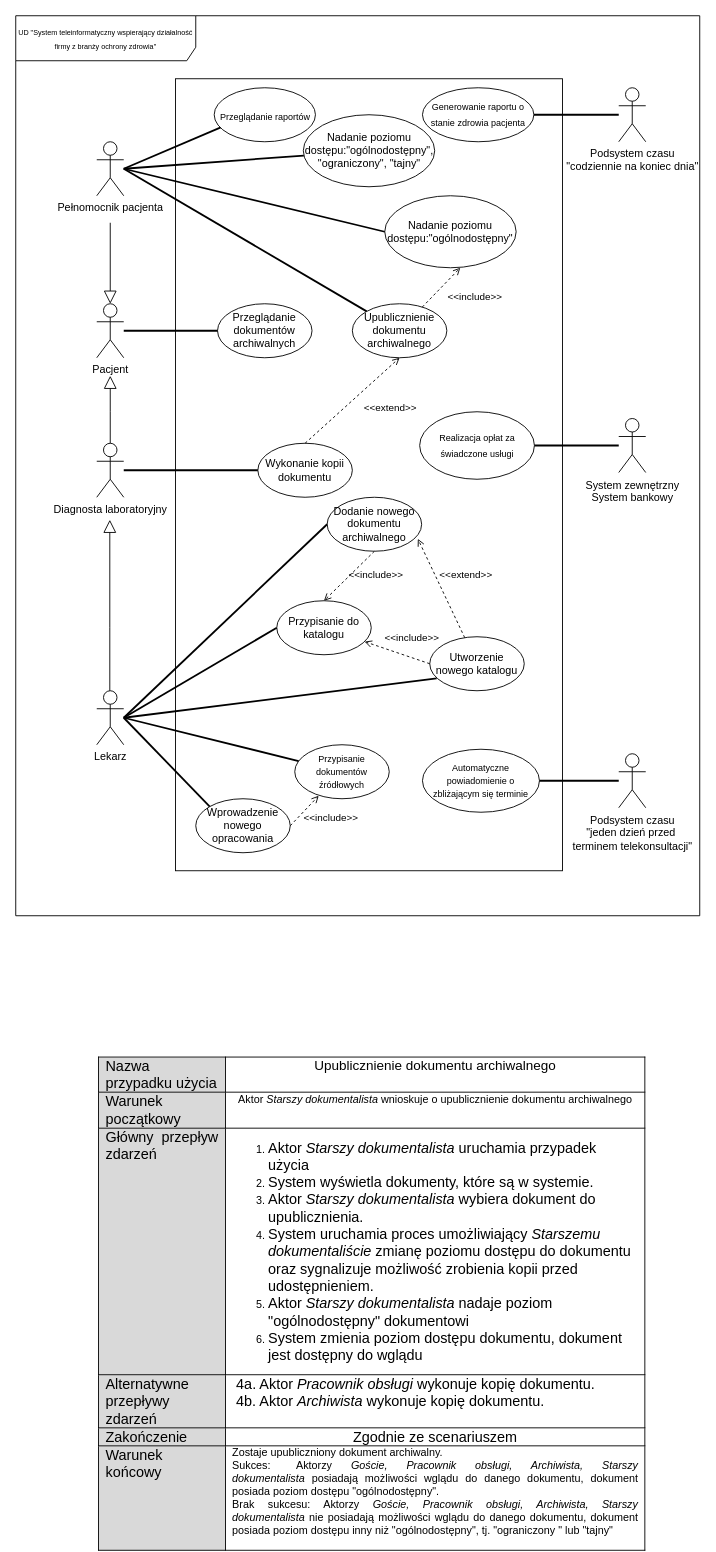
The draw.io diagram du_mateusz_nowacki_z1_2024.drawio in mateusz-nowacki/uml-projects, before the edit. Source tidied: cells renumbered, new cells numbered last; positions are measured from the earlier drawing's top-left corner, leaving out a move shared by most shapes. Both pictures are drawn from the tidied source at 90%, with x=0, y=0 at pixel (15, 15).
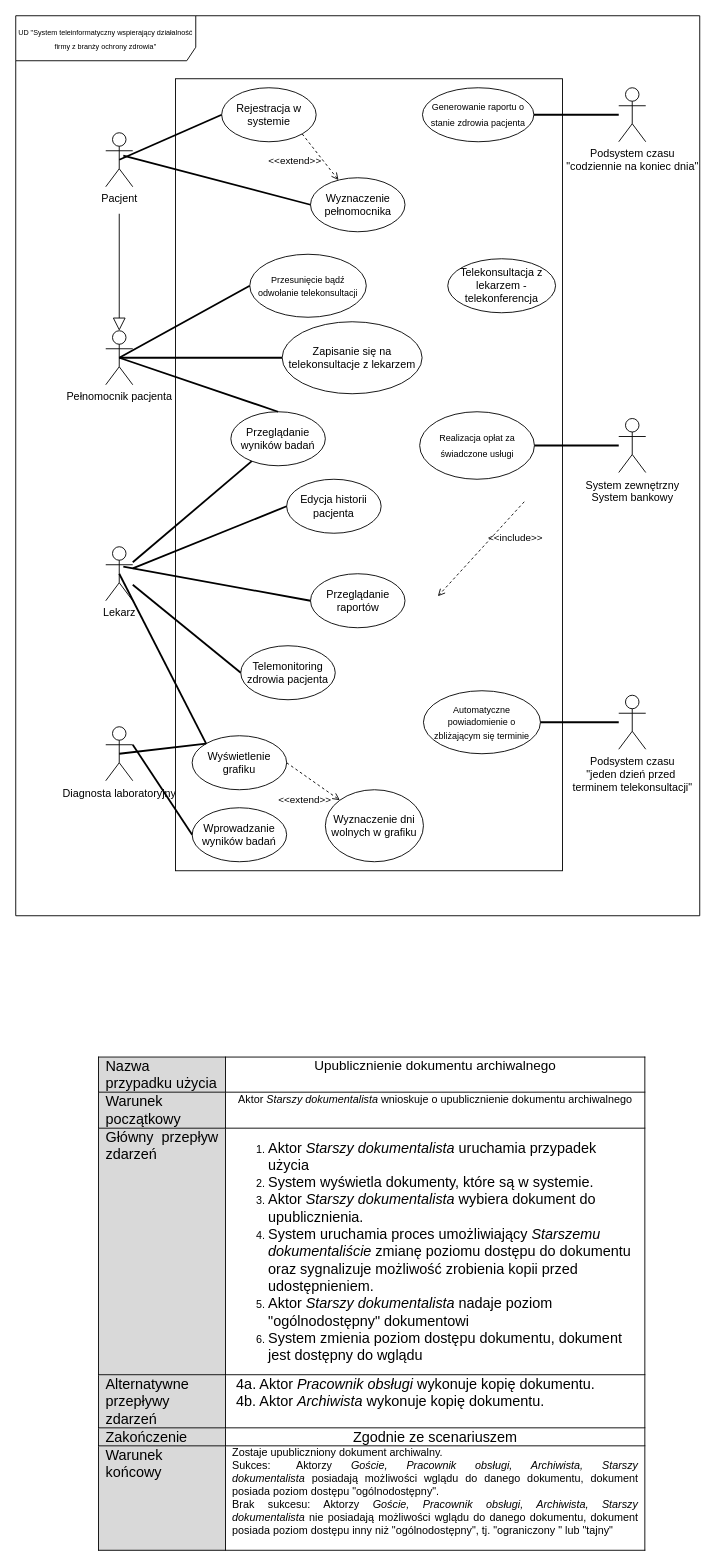
After the change.

The change refers to these unchanged cells:
```xml
<mxCell id="2" value="&lt;font style=&quot;font-size: 8px;&quot;&gt;UD &quot;System teleinformatyczny wspierający działalność firmy z branży ochrony zdrowia&quot;&lt;/font&gt;" style="shape=umlFrame;whiteSpace=wrap;html=1;width=200;height=50;align=center;" parent="1" vertex="1">
  <mxGeometry width="760" height="1000" as="geometry" />
</mxCell>
```

Change to the diagram source:
```diff
@@
     <mxCell id="3" value="Pełnomocnik pacjenta" style="shape=umlActor;verticalLabelPosition=bottom;verticalAlign=top;html=1;" parent="2" vertex="1">
-      <mxGeometry x="90" y="140" width="30" height="60" as="geometry" />
+      <mxGeometry x="100" y="350" width="30" height="60" as="geometry" />
     </mxCell>
     <mxCell id="4" value="Lekarz" style="shape=umlActor;verticalLabelPosition=bottom;verticalAlign=top;html=1;" parent="2" vertex="1">
-      <mxGeometry x="90" y="750" width="30" height="60" as="geometry" />
+      <mxGeometry x="100" y="590" width="30" height="60" as="geometry" />
     </mxCell>
@@
     <mxCell id="6" value="&lt;font style=&quot;font-size: 12px;&quot;&gt;Podsystem&lt;font style=&quot;font-size: 12px;&quot;&gt; czasu&lt;/font&gt;&lt;/font&gt;&lt;div&gt;&lt;font style=&quot;font-size: 12px;&quot;&gt;&lt;font style=&quot;font-size: 12px;&quot;&gt;&quot;jeden dzień przed&amp;nbsp;&lt;/font&gt;&lt;/font&gt;&lt;/div&gt;&lt;div&gt;&lt;font style=&quot;font-size: 12px;&quot;&gt;&lt;font style=&quot;font-size: 12px;&quot;&gt;terminem telekonsultacji&quot;&lt;/font&gt;&lt;/font&gt;&lt;/div&gt;" style="shape=umlActor;verticalLabelPosition=bottom;verticalAlign=top;html=1;" parent="2" vertex="1">
-      <mxGeometry x="670" y="820" width="30" height="60" as="geometry" />
+      <mxGeometry x="670" y="755" width="30" height="60" as="geometry" />
     </mxCell>
     <mxCell id="7" value="Diagnosta laboratoryjny" style="shape=umlActor;verticalLabelPosition=bottom;verticalAlign=top;html=1;" parent="2" vertex="1">
-      <mxGeometry x="90" y="475" width="30" height="60" as="geometry" />
+      <mxGeometry x="100" y="790" width="30" height="60" as="geometry" />
     </mxCell>
     <mxCell id="8" value="Pacjent" style="shape=umlActor;verticalLabelPosition=bottom;verticalAlign=top;html=1;" parent="2" vertex="1">
-      <mxGeometry x="90" y="320" width="30" height="60" as="geometry" />
+      <mxGeometry x="100" y="130" width="30" height="60" as="geometry" />
     </mxCell>
-    <mxCell id="9" style="endArrow=block;endFill=0;endSize=12;html=1;rounded=0;" parent="2" edge="1">
-      <mxGeometry relative="1" as="geometry">
-        <mxPoint x="104.5" y="750" as="sourcePoint" />
-        <mxPoint x="104.5" y="560" as="targetPoint" />
-        <Array as="points">
-          <mxPoint x="104.5" y="680" />
-        </Array>
-      </mxGeometry>
-    </mxCell>
@@
     <mxCell id="11" value="&lt;font size=&quot;1&quot;&gt;Automatyczne powiadomienie o zbliżającym się terminie&lt;/font&gt;" style="ellipse;whiteSpace=wrap;html=1;" parent="2" vertex="1">
-      <mxGeometry x="451.9" y="815" width="130" height="70" as="geometry" />
+      <mxGeometry x="453" y="750" width="130" height="70" as="geometry" />
     </mxCell>
@@
-    <mxCell id="13" value="Przypisanie do katalogu" style="ellipse;whiteSpace=wrap;html=1;" parent="2" vertex="1">
-      <mxGeometry x="290" y="650" width="105" height="60" as="geometry" />
+    <mxCell id="13" value="Telemonitoring zdrowia pacjenta" style="ellipse;whiteSpace=wrap;html=1;" parent="2" vertex="1">
+      <mxGeometry x="250" y="700" width="105" height="60" as="geometry" />
     </mxCell>
-    <mxCell id="14" value="Wykonanie kopii dokumentu" style="ellipse;whiteSpace=wrap;html=1;" parent="2" vertex="1">
-      <mxGeometry x="269" y="475" width="105" height="60" as="geometry" />
+    <mxCell id="14" value="Wprowadzanie wyników badań" style="ellipse;whiteSpace=wrap;html=1;" parent="2" vertex="1">
+      <mxGeometry x="196" y="880" width="105" height="60" as="geometry" />
     </mxCell>
-    <mxCell id="15" value="Upublicznienie dokumentu archiwalnego" style="ellipse;whiteSpace=wrap;html=1;" parent="2" vertex="1">
-      <mxGeometry x="374" y="320" width="105" height="60" as="geometry" />
+    <mxCell id="15" value="Wyznaczenie pełnomocnika" style="ellipse;whiteSpace=wrap;html=1;" parent="2" vertex="1">
+      <mxGeometry x="327.5" y="180" width="105" height="60" as="geometry" />
     </mxCell>
-    <mxCell id="16" value="Utworzenie nowego katalogu" style="ellipse;whiteSpace=wrap;html=1;" parent="2" vertex="1">
-      <mxGeometry x="460" y="690" width="105" height="60" as="geometry" />
+    <mxCell id="16" value="Przeglądanie raportów" style="ellipse;whiteSpace=wrap;html=1;" parent="2" vertex="1">
+      <mxGeometry x="327.5" y="620" width="105" height="60" as="geometry" />
     </mxCell>
-    <mxCell id="17" style="endArrow=none;startArrow=none;endFill=0;startFill=0;endSize=8;html=1;verticalAlign=bottom;labelBackgroundColor=none;strokeWidth=2;rounded=0;entryX=0.073;entryY=0.772;entryDx=0;entryDy=0;entryPerimeter=0;" parent="2" edge="1" target="16">
-      <mxGeometry relative="1" as="geometry">
-        <mxPoint x="120" y="780" as="sourcePoint" />
-      </mxGeometry>
+    <mxCell id="17" style="endArrow=none;startArrow=none;endFill=0;startFill=0;endSize=8;html=1;verticalAlign=bottom;labelBackgroundColor=none;strokeWidth=2;rounded=0;entryX=0;entryY=0.5;entryDx=0;entryDy=0;exitX=0.65;exitY=0.367;exitDx=0;exitDy=0;exitPerimeter=0;" parent="2" edge="1" source="4" target="16">
+      <mxGeometry relative="1" as="geometry" />
     </mxCell>
-    <mxCell id="18" value="Nadanie poziomu dostępu:&quot;ogólnodostępny&quot;" style="ellipse;whiteSpace=wrap;html=1;" parent="2" vertex="1">
-      <mxGeometry x="410" y="200" width="146" height="80" as="geometry" />
+    <mxCell id="18" value="Wyznaczenie dni wolnych w grafiku" style="ellipse;whiteSpace=wrap;html=1;" parent="2" vertex="1">
+      <mxGeometry x="344" y="860" width="109" height="80" as="geometry" />
     </mxCell>
-    <mxCell id="19" value="Wprowadzenie nowego opracowania" style="ellipse;whiteSpace=wrap;html=1;" parent="2" vertex="1">
-      <mxGeometry x="200" y="870" width="105" height="60" as="geometry" />
+    <mxCell id="19" value="Wyświetlenie grafiku" style="ellipse;whiteSpace=wrap;html=1;" parent="2" vertex="1">
+      <mxGeometry x="196" y="800" width="105" height="60" as="geometry" />
     </mxCell>
-    <mxCell id="20" value="Dodanie nowego dokumentu archiwalnego" style="ellipse;whiteSpace=wrap;html=1;" parent="2" vertex="1">
-      <mxGeometry x="346" y="535" width="105" height="60" as="geometry" />
+    <mxCell id="20" value="Edycja historii pacjenta" style="ellipse;whiteSpace=wrap;html=1;" parent="2" vertex="1">
+      <mxGeometry x="301" y="515" width="105" height="60" as="geometry" />
     </mxCell>
@@
-    <mxCell id="23" value="&lt;font style=&quot;font-size: 10px;&quot;&gt;Przypisanie dokumentów źródłowych&lt;/font&gt;" style="ellipse;whiteSpace=wrap;html=1;" parent="2" vertex="1">
-      <mxGeometry x="310" y="810" width="105" height="60" as="geometry" />
+    <mxCell id="23" value="Przeglądanie wyników badań" style="ellipse;whiteSpace=wrap;html=1;" parent="2" vertex="1">
+      <mxGeometry x="239" y="440" width="105" height="60" as="geometry" />
     </mxCell>
-    <mxCell id="24" style="endArrow=none;startArrow=none;endFill=0;startFill=0;endSize=8;html=1;verticalAlign=bottom;labelBackgroundColor=none;strokeWidth=2;rounded=0;entryX=0;entryY=0;entryDx=0;entryDy=0;" parent="2" edge="1" target="19">
-      <mxGeometry relative="1" as="geometry">
-        <mxPoint x="120" y="780" as="sourcePoint" />
-      </mxGeometry>
+    <mxCell id="24" style="endArrow=none;startArrow=none;endFill=0;startFill=0;endSize=8;html=1;verticalAlign=bottom;labelBackgroundColor=none;strokeWidth=2;rounded=0;entryX=0;entryY=0;entryDx=0;entryDy=0;exitX=0.5;exitY=0.5;exitDx=0;exitDy=0;exitPerimeter=0;" parent="2" edge="1" source="4" target="19">
+      <mxGeometry relative="1" as="geometry" />
     </mxCell>
-    <mxCell id="25" style="endArrow=none;startArrow=none;endFill=0;startFill=0;endSize=8;html=1;verticalAlign=bottom;labelBackgroundColor=none;strokeWidth=2;rounded=0;entryX=0.071;entryY=0.728;entryDx=0;entryDy=0;entryPerimeter=0;" parent="2" edge="1" target="41">
-      <mxGeometry relative="1" as="geometry">
-        <mxPoint x="120" y="170" as="sourcePoint" />
-      </mxGeometry>
-    </mxCell>
-    <mxCell id="26" style="endArrow=none;startArrow=none;endFill=0;startFill=0;endSize=8;html=1;verticalAlign=bottom;labelBackgroundColor=none;strokeWidth=2;rounded=0;entryX=0;entryY=0.5;entryDx=0;entryDy=0;" parent="2" edge="1" target="20">
-      <mxGeometry relative="1" as="geometry">
-        <mxPoint x="120" y="780" as="sourcePoint" />
-      </mxGeometry>
+    <mxCell id="26" style="endArrow=none;startArrow=none;endFill=0;startFill=0;endSize=8;html=1;verticalAlign=bottom;labelBackgroundColor=none;strokeWidth=2;rounded=0;entryX=0;entryY=0.5;entryDx=0;entryDy=0;" parent="2" edge="1" source="4" target="20">
+      <mxGeometry relative="1" as="geometry" />
     </mxCell>
-    <mxCell id="27" style="endArrow=none;startArrow=none;endFill=0;startFill=0;endSize=8;html=1;verticalAlign=bottom;labelBackgroundColor=none;strokeWidth=2;rounded=0;" parent="2" edge="1" target="15">
-      <mxGeometry relative="1" as="geometry">
-        <mxPoint x="120" y="170" as="sourcePoint" />
-      </mxGeometry>
-    </mxCell>
-    <mxCell id="28" style="endArrow=none;startArrow=none;endFill=0;startFill=0;endSize=8;html=1;verticalAlign=bottom;labelBackgroundColor=none;strokeWidth=2;rounded=0;entryX=0;entryY=0.5;entryDx=0;entryDy=0;" parent="2" edge="1" source="7" target="14">
+    <mxCell id="28" style="endArrow=none;startArrow=none;endFill=0;startFill=0;endSize=8;html=1;verticalAlign=bottom;labelBackgroundColor=none;strokeWidth=2;rounded=0;entryX=0;entryY=0.5;entryDx=0;entryDy=0;exitX=1;exitY=0.3333333333333333;exitDx=0;exitDy=0;exitPerimeter=0;" parent="2" edge="1" source="7" target="14">
       <mxGeometry relative="1" as="geometry" />
     </mxCell>
-    <mxCell id="29" value="&amp;lt;&amp;lt;include&amp;gt;&amp;gt;" style="html=1;verticalAlign=bottom;labelBackgroundColor=none;endArrow=open;endFill=0;dashed=1;rounded=0;exitX=1;exitY=0.5;exitDx=0;exitDy=0;entryX=0.254;entryY=0.944;entryDx=0;entryDy=0;entryPerimeter=0;" parent="2" edge="1" source="19" target="23">
-      <mxGeometry x="0.35" y="-33" relative="1" as="geometry" />
+    <mxCell id="29" value="&amp;lt;&amp;lt;extend&amp;gt;&amp;gt;" style="html=1;verticalAlign=bottom;labelBackgroundColor=none;endArrow=open;endFill=0;dashed=1;rounded=0;exitX=1;exitY=0.5;exitDx=0;exitDy=0;entryX=0;entryY=0;entryDx=0;entryDy=0;" parent="2" edge="1" source="19" target="18">
+      <mxGeometry x="0.24" y="-29" relative="1" as="geometry" />
     </mxCell>
-    <mxCell id="30" style="endArrow=none;startArrow=none;endFill=0;startFill=0;endSize=8;html=1;verticalAlign=bottom;labelBackgroundColor=none;strokeWidth=2;rounded=0;exitX=0;exitY=0.5;exitDx=0;exitDy=0;" parent="2" edge="1" source="13">
-      <mxGeometry relative="1" as="geometry">
-        <mxPoint x="120" y="780" as="targetPoint" />
-      </mxGeometry>
+    <mxCell id="30" style="endArrow=none;startArrow=none;endFill=0;startFill=0;endSize=8;html=1;verticalAlign=bottom;labelBackgroundColor=none;strokeWidth=2;rounded=0;exitX=0;exitY=0.5;exitDx=0;exitDy=0;" parent="2" edge="1" source="13" target="4">
+      <mxGeometry relative="1" as="geometry" />
     </mxCell>
-    <mxCell id="31" value="&amp;lt;&amp;lt;include&amp;gt;&amp;gt;" style="html=1;verticalAlign=bottom;labelBackgroundColor=none;endArrow=open;endFill=0;dashed=1;rounded=0;entryX=0.5;entryY=0;entryDx=0;entryDy=0;exitX=0.5;exitY=1;exitDx=0;exitDy=0;" parent="2" edge="1" source="20" target="13">
-      <mxGeometry x="-0.4" y="26" relative="1" as="geometry" />
+    <mxCell id="31" value="&amp;lt;&amp;lt;include&amp;gt;&amp;gt;" style="html=1;verticalAlign=bottom;labelBackgroundColor=none;endArrow=open;endFill=0;dashed=1;rounded=0;entryX=0.5;entryY=0;entryDx=0;entryDy=0;exitX=0.5;exitY=1;exitDx=0;exitDy=0;" parent="2" edge="1">
+      <mxGeometry x="-0.4" y="26" relative="1" as="geometry">
+        <mxPoint x="565" y="540" as="sourcePoint" />
+        <mxPoint x="469" y="645" as="targetPoint" />
+      </mxGeometry>
     </mxCell>
@@
-    <mxCell id="36" value="&amp;lt;&amp;lt;include&amp;gt;&amp;gt;" style="html=1;verticalAlign=bottom;labelBackgroundColor=none;endArrow=open;endFill=0;dashed=1;rounded=0;exitX=0;exitY=0.5;exitDx=0;exitDy=0;" parent="2" edge="1" source="16" target="13">
-      <mxGeometry x="-0.34" y="-12" relative="1" as="geometry">
-        <mxPoint y="-1" as="offset" />
-      </mxGeometry>
-    </mxCell>
-    <mxCell id="37" value="&amp;lt;&amp;lt;extend&amp;gt;&amp;gt;" style="html=1;verticalAlign=bottom;labelBackgroundColor=none;endArrow=open;endFill=0;dashed=1;rounded=0;entryX=0.96;entryY=0.77;entryDx=0;entryDy=0;entryPerimeter=0;" parent="2" edge="1" source="16" target="20">
-      <mxGeometry x="-0.1" y="-27" relative="1" as="geometry" />
-    </mxCell>
-    <mxCell id="38" style="endArrow=none;startArrow=none;endFill=0;startFill=0;endSize=8;html=1;verticalAlign=bottom;labelBackgroundColor=none;strokeWidth=2;rounded=0;entryX=0;entryY=0.5;entryDx=0;entryDy=0;" parent="2" edge="1" target="18">
-      <mxGeometry relative="1" as="geometry">
-        <mxPoint x="120" y="170" as="sourcePoint" />
-      </mxGeometry>
-    </mxCell>
-    <mxCell id="39" value="&amp;lt;&amp;lt;include&amp;gt;&amp;gt;" style="html=1;verticalAlign=bottom;labelBackgroundColor=none;endArrow=open;endFill=0;dashed=1;rounded=0;entryX=0.575;entryY=1;entryDx=0;entryDy=0;entryPerimeter=0;" parent="2" edge="1" source="15" target="18">
-      <mxGeometry x="0.42" y="-39" relative="1" as="geometry">
-        <mxPoint y="1" as="offset" />
-      </mxGeometry>
-    </mxCell>
-    <mxCell id="40" style="endArrow=none;startArrow=none;endFill=0;startFill=0;endSize=8;html=1;verticalAlign=bottom;labelBackgroundColor=none;strokeWidth=2;rounded=0;" parent="2" edge="1" target="23">
-      <mxGeometry relative="1" as="geometry">
-        <mxPoint x="120" y="780" as="sourcePoint" />
-      </mxGeometry>
+    <mxCell id="40" style="endArrow=none;startArrow=none;endFill=0;startFill=0;endSize=8;html=1;verticalAlign=bottom;labelBackgroundColor=none;strokeWidth=2;rounded=0;" parent="2" edge="1" source="4" target="23">
+      <mxGeometry relative="1" as="geometry" />
     </mxCell>
-    <mxCell id="41" value="&lt;font size=&quot;1&quot;&gt;Przeglądanie raportów&lt;/font&gt;&lt;span style=&quot;font-family: -webkit-standard; font-size: medium; text-align: start;&quot;&gt;&lt;/span&gt;" style="ellipse;whiteSpace=wrap;html=1;" parent="2" vertex="1">
-      <mxGeometry x="220.5" y="80" width="112.5" height="60" as="geometry" />
+    <mxCell id="41" value="&lt;font size=&quot;1&quot;&gt;Przesunięcie bądź odwołanie telekonsultacji&lt;/font&gt;" style="ellipse;whiteSpace=wrap;html=1;" parent="2" vertex="1">
+      <mxGeometry x="260" y="265" width="129.5" height="70" as="geometry" />
     </mxCell>
-    <mxCell id="42" style="endArrow=block;endFill=0;endSize=12;html=1;rounded=0;exitX=0.5;exitY=0;exitDx=0;exitDy=0;exitPerimeter=0;" parent="2" edge="1" source="7">
-      <mxGeometry relative="1" as="geometry">
-        <mxPoint x="105" y="400" as="targetPoint" />
-        <Array as="points">
-          <mxPoint x="105" y="440" />
-        </Array>
-      </mxGeometry>
-    </mxCell>
-    <mxCell id="43" value="Przeglądanie dokumentów archiwalnych" style="ellipse;whiteSpace=wrap;html=1;" parent="2" vertex="1">
-      <mxGeometry x="224.2" y="320" width="105" height="60" as="geometry" />
+    <mxCell id="43" value="Rejestracja w systemie" style="ellipse;whiteSpace=wrap;html=1;" parent="2" vertex="1">
+      <mxGeometry x="228.8" y="80" width="105" height="60" as="geometry" />
     </mxCell>
-    <mxCell id="44" style="endArrow=none;startArrow=none;endFill=0;startFill=0;endSize=8;html=1;verticalAlign=bottom;labelBackgroundColor=none;strokeWidth=2;rounded=0;entryX=0;entryY=0.5;entryDx=0;entryDy=0;" parent="2" edge="1" target="43">
-      <mxGeometry relative="1" as="geometry">
-        <mxPoint x="120" y="350" as="sourcePoint" />
-      </mxGeometry>
+    <mxCell id="44" style="endArrow=none;startArrow=none;endFill=0;startFill=0;endSize=8;html=1;verticalAlign=bottom;labelBackgroundColor=none;strokeWidth=2;rounded=0;entryX=0;entryY=0.5;entryDx=0;entryDy=0;exitX=0.5;exitY=0.5;exitDx=0;exitDy=0;exitPerimeter=0;" parent="2" edge="1" source="8" target="43">
+      <mxGeometry relative="1" as="geometry" />
     </mxCell>
-    <mxCell id="45" value="&amp;lt;&amp;lt;extend&amp;gt;&amp;gt;" style="html=1;verticalAlign=bottom;labelBackgroundColor=none;endArrow=open;endFill=0;dashed=1;rounded=0;entryX=0.5;entryY=1;entryDx=0;entryDy=0;exitX=0.5;exitY=0;exitDx=0;exitDy=0;" parent="2" edge="1" source="14" target="15">
-      <mxGeometry x="0.27" y="-41" relative="1" as="geometry" />
+    <mxCell id="45" value="&amp;lt;&amp;lt;extend&amp;gt;&amp;gt;" style="html=1;verticalAlign=bottom;labelBackgroundColor=none;endArrow=open;endFill=0;dashed=1;rounded=0;exitX=1;exitY=1;exitDx=0;exitDy=0;" parent="2" edge="1" source="43" target="15">
+      <mxGeometry x="-0.22" y="-31" relative="1" as="geometry">
+        <mxPoint x="1" as="offset" />
+      </mxGeometry>
     </mxCell>
-    <mxCell id="46" style="endArrow=block;endFill=0;endSize=12;html=1;rounded=0;entryX=0.5;entryY=0;entryDx=0;entryDy=0;entryPerimeter=0;" parent="2" edge="1" target="8">
+    <mxCell id="46" style="endArrow=block;endFill=0;endSize=12;html=1;rounded=0;" parent="2" edge="1" target="3">
       <mxGeometry relative="1" as="geometry">
-        <mxPoint x="105" y="230" as="sourcePoint" />
+        <mxPoint x="115" y="220" as="sourcePoint" />
       </mxGeometry>
     </mxCell>
-    <mxCell id="47" value="Nadanie poziomu dostępu:&quot;ogólnodostępny&quot;, &quot;ograniczony&quot;, &quot;tajny&quot;" style="ellipse;whiteSpace=wrap;html=1;" parent="2" vertex="1">
-      <mxGeometry x="319.5" y="110" width="146" height="80" as="geometry" />
+    <mxCell id="47" value="Zapisanie się na telekonsultacje z lekarzem" style="ellipse;whiteSpace=wrap;html=1;" parent="2" vertex="1">
+      <mxGeometry x="296" y="340" width="155.5" height="80" as="geometry" />
     </mxCell>
+    <mxCell id="50" value="Telekonsultacja z lekarzem - telekonferencja" style="ellipse;whiteSpace=wrap;html=1;" parent="2" vertex="1">
+      <mxGeometry x="480" y="270" width="119.8" height="60" as="geometry" />
+    </mxCell>
+    <mxCell id="51" style="endArrow=none;startArrow=none;endFill=0;startFill=0;endSize=8;html=1;verticalAlign=bottom;labelBackgroundColor=none;strokeWidth=2;rounded=0;entryX=0.5;entryY=0;entryDx=0;entryDy=0;exitX=0.5;exitY=0.5;exitDx=0;exitDy=0;exitPerimeter=0;" parent="2" edge="1" source="3" target="23">
+      <mxGeometry relative="1" as="geometry" />
+    </mxCell>
+    <mxCell id="52" style="endArrow=none;startArrow=none;endFill=0;startFill=0;endSize=8;html=1;verticalAlign=bottom;labelBackgroundColor=none;strokeWidth=2;rounded=0;entryX=0;entryY=0;entryDx=0;entryDy=0;exitX=0.5;exitY=0.5;exitDx=0;exitDy=0;exitPerimeter=0;" parent="2" edge="1" source="7" target="19">
+      <mxGeometry relative="1" as="geometry" />
+    </mxCell>
+    <mxCell id="53" style="endArrow=none;startArrow=none;endFill=0;startFill=0;endSize=8;html=1;verticalAlign=bottom;labelBackgroundColor=none;strokeWidth=2;rounded=0;entryX=0;entryY=0.5;entryDx=0;entryDy=0;exitX=0.65;exitY=0.422;exitDx=0;exitDy=0;exitPerimeter=0;" parent="2" edge="1" source="8" target="15">
+      <mxGeometry relative="1" as="geometry" />
+    </mxCell>
+    <mxCell id="54" style="endArrow=none;startArrow=none;endFill=0;startFill=0;endSize=8;html=1;verticalAlign=bottom;labelBackgroundColor=none;strokeWidth=2;rounded=0;entryX=0;entryY=0.5;entryDx=0;entryDy=0;exitX=0.5;exitY=0.5;exitDx=0;exitDy=0;exitPerimeter=0;" parent="2" edge="1" source="3" target="41">
+      <mxGeometry relative="1" as="geometry" />
+    </mxCell>
+    <mxCell id="49" style="endArrow=none;startArrow=none;endFill=0;startFill=0;endSize=8;html=1;verticalAlign=bottom;labelBackgroundColor=none;strokeWidth=2;rounded=0;entryX=0;entryY=0.5;entryDx=0;entryDy=0;exitX=0.5;exitY=0.5;exitDx=0;exitDy=0;exitPerimeter=0;" parent="2" edge="1" source="3" target="47">
+      <mxGeometry relative="1" as="geometry" />
+    </mxCell>
@@
-    <mxCell id="49" style="endArrow=none;startArrow=none;endFill=0;startFill=0;endSize=8;html=1;verticalAlign=bottom;labelBackgroundColor=none;strokeWidth=2;rounded=0;" parent="1" edge="1" target="47">
-      <mxGeometry relative="1" as="geometry">
-        <mxPoint x="120" y="170" as="sourcePoint" />
-      </mxGeometry>
-    </mxCell>
```
